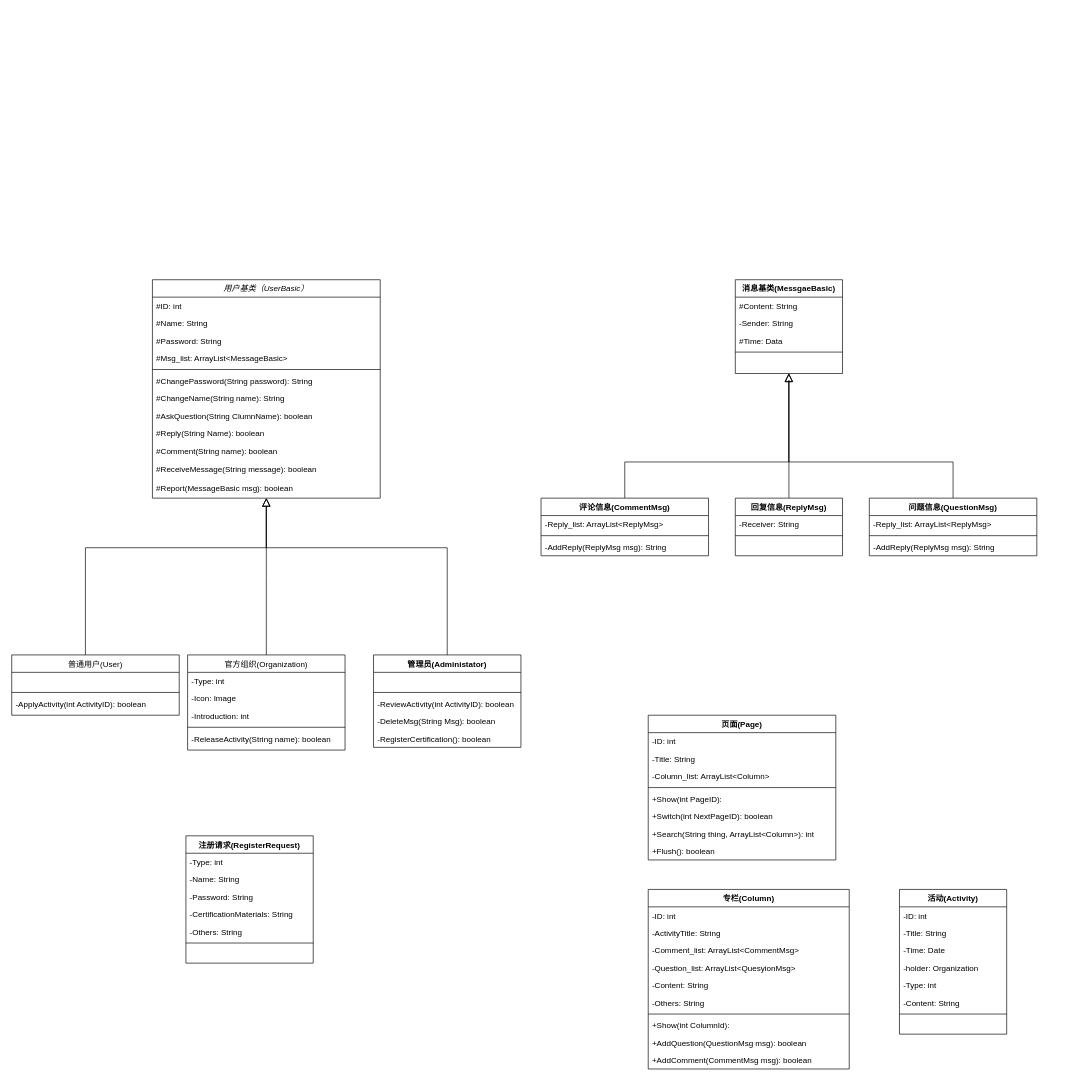
The draw.io diagram gradle/Untitled Diagram.drawio in Lap2018/UIWidgetTest, before the edit. Source tidied: cells renumbered, new cells numbered last; positions are measured from the earlier drawing's top-left corner, leaving out a move shared by most shapes. Both pictures are drawn from the tidied source at 67%, with x=0, y=0 at pixel (11, 279).
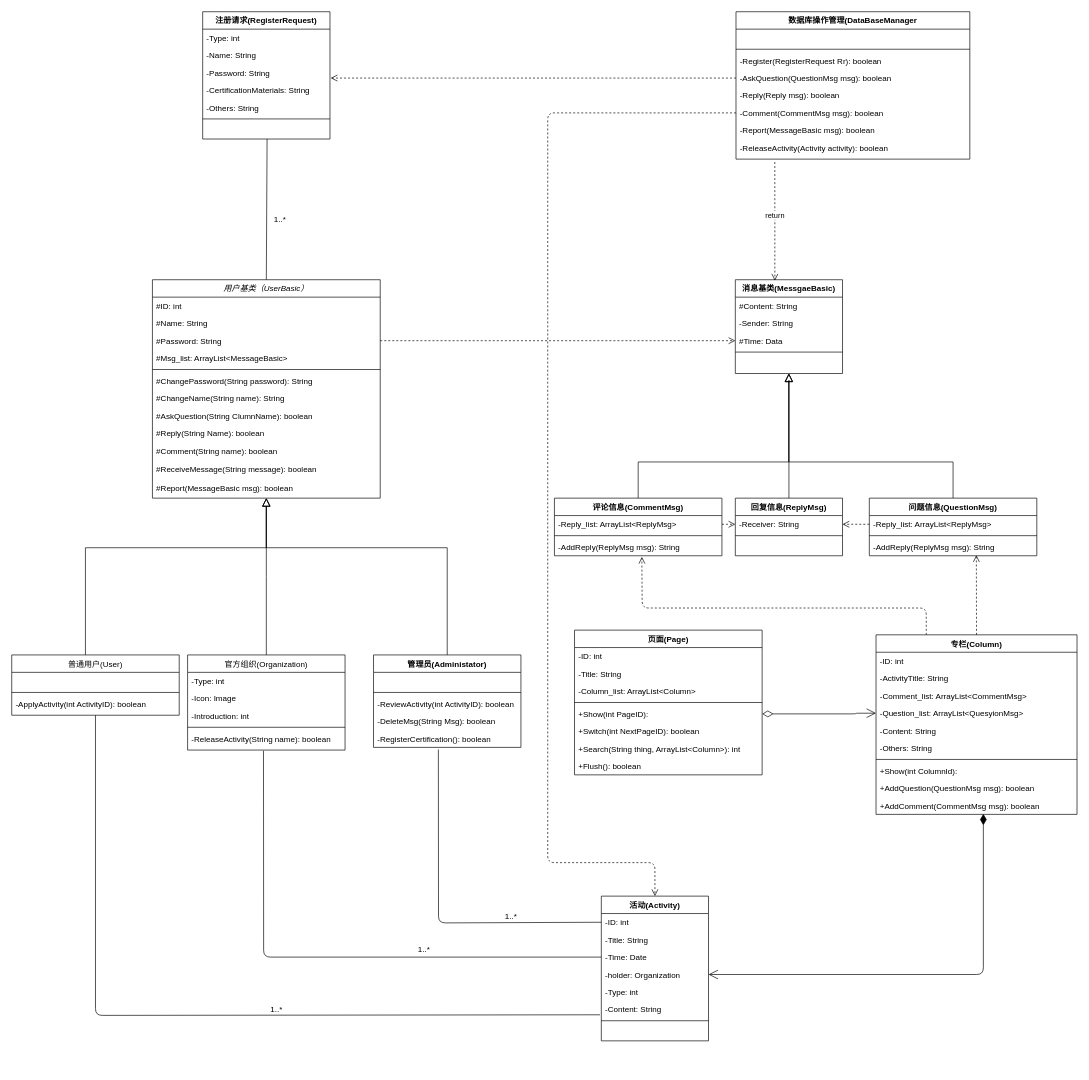
Above is the later version.

Unchanged cells that the change refers to:
```xml
<mxCell id="2" value="用户基类（UserBasic）" style="swimlane;fontStyle=2;align=center;verticalAlign=top;horizontal=1;startSize=26;rounded=0;shadow=0;strokeWidth=1;" parent="1" vertex="1">
  <mxGeometry x="210" width="340" height="326" as="geometry" />
</mxCell>
<mxCell id="5" value="#Password: String&#10;" style="text;align=left;verticalAlign=top;spacingLeft=4;spacingRight=4;overflow=hidden;points=[[0,0.5],[1,0.5]];portConstraint=eastwest;rounded=0;shadow=0;html=0;" parent="2" vertex="1">
  <mxGeometry y="78" width="340" height="26" as="geometry" />
</mxCell>
<mxCell id="15" value="普通用户(User)" style="swimlane;fontStyle=0;align=center;verticalAlign=top;horizontal=1;startSize=26;rounded=0;shadow=0;strokeWidth=1;" parent="1" vertex="1">
  <mxGeometry y="560" width="250" height="90" as="geometry" />
</mxCell>
<mxCell id="25" value="-ReleaseActivity(String name): boolean" style="text;align=left;verticalAlign=top;spacingLeft=4;spacingRight=4;overflow=hidden;points=[[0,0.5],[1,0.5]];portConstraint=eastwest;" parent="20" vertex="1">
  <mxGeometry y="112" width="235" height="30" as="geometry" />
</mxCell>
<mxCell id="33" value="-RegisterCertification(): boolean" style="text;strokeColor=none;fillColor=none;align=left;verticalAlign=top;spacingLeft=4;spacingRight=4;overflow=hidden;points=[[0,0.5],[1,0.5]];portConstraint=eastwest;" parent="28" vertex="1">
  <mxGeometry y="112" width="220" height="26" as="geometry" />
</mxCell>
<mxCell id="34" value="消息基类(MessgaeBasic)" style="swimlane;fontStyle=1;align=center;verticalAlign=top;horizontal=1;startSize=26;" parent="1" vertex="1">
  <mxGeometry x="1080" width="160" height="140" as="geometry" />
</mxCell>
<mxCell id="37" value="#Time: Data" style="text;strokeColor=none;fillColor=none;align=left;verticalAlign=top;spacingLeft=4;spacingRight=4;overflow=hidden;points=[[0,0.5],[1,0.5]];portConstraint=eastwest;" parent="34" vertex="1">
  <mxGeometry y="78" width="160" height="26" as="geometry" />
</mxCell>
<mxCell id="44" value="-Reply_list: ArrayList&lt;ReplyMsg&gt;" style="text;strokeColor=none;fillColor=none;align=left;verticalAlign=top;spacingLeft=4;spacingRight=4;overflow=hidden;points=[[0,0.5],[1,0.5]];portConstraint=eastwest;" parent="43" vertex="1">
  <mxGeometry y="26" width="250" height="26" as="geometry" />
</mxCell>
<mxCell id="46" value="-AddReply(ReplyMsg msg): String" style="text;strokeColor=none;fillColor=none;align=left;verticalAlign=top;spacingLeft=4;spacingRight=4;overflow=hidden;points=[[0,0.5],[1,0.5]];portConstraint=eastwest;" parent="43" vertex="1">
  <mxGeometry y="60" width="250" height="26" as="geometry" />
</mxCell>
<mxCell id="48" value="-Receiver: String&#10;" style="text;strokeColor=none;fillColor=none;align=left;verticalAlign=top;spacingLeft=4;spacingRight=4;overflow=hidden;points=[[0,0.5],[1,0.5]];portConstraint=eastwest;" parent="47" vertex="1">
  <mxGeometry y="26" width="160" height="26" as="geometry" />
</mxCell>
<mxCell id="52" value="-Reply_list: ArrayList&lt;ReplyMsg&gt;" style="text;strokeColor=none;fillColor=none;align=left;verticalAlign=top;spacingLeft=4;spacingRight=4;overflow=hidden;points=[[0,0.5],[1,0.5]];portConstraint=eastwest;" parent="51" vertex="1">
  <mxGeometry y="26" width="250" height="26" as="geometry" />
</mxCell>
<mxCell id="54" value="-AddReply(ReplyMsg msg): String" style="text;strokeColor=none;fillColor=none;align=left;verticalAlign=top;spacingLeft=4;spacingRight=4;overflow=hidden;points=[[0,0.5],[1,0.5]];portConstraint=eastwest;" parent="51" vertex="1">
  <mxGeometry y="60" width="250" height="26" as="geometry" />
</mxCell>
<mxCell id="60" value="+Show(int PageID): " style="text;strokeColor=none;fillColor=none;align=left;verticalAlign=top;spacingLeft=4;spacingRight=4;overflow=hidden;points=[[0,0.5],[1,0.5]];portConstraint=eastwest;" parent="55" vertex="1">
  <mxGeometry y="112" width="280" height="26" as="geometry" />
</mxCell>
<mxCell id="68" value="-Question_list: ArrayList&lt;QuesyionMsg&gt;" style="text;strokeColor=none;fillColor=none;align=left;verticalAlign=top;spacingLeft=4;spacingRight=4;overflow=hidden;points=[[0,0.5],[1,0.5]];portConstraint=eastwest;" parent="64" vertex="1">
  <mxGeometry y="104" width="300" height="26" as="geometry" />
</mxCell>
<mxCell id="74" value="+AddComment(CommentMsg msg): boolean" style="text;strokeColor=none;fillColor=none;align=left;verticalAlign=top;spacingLeft=4;spacingRight=4;overflow=hidden;points=[[0,0.5],[1,0.5]];portConstraint=eastwest;" parent="64" vertex="1">
  <mxGeometry y="242" width="300" height="26" as="geometry" />
</mxCell>
<mxCell id="76" value="-ID: int" style="text;strokeColor=none;fillColor=none;align=left;verticalAlign=top;spacingLeft=4;spacingRight=4;overflow=hidden;points=[[0,0.5],[1,0.5]];portConstraint=eastwest;" parent="75" vertex="1">
  <mxGeometry y="26" width="160" height="26" as="geometry" />
</mxCell>
<mxCell id="78" value="-Time: Date" style="text;strokeColor=none;fillColor=none;align=left;verticalAlign=top;spacingLeft=4;spacingRight=4;overflow=hidden;points=[[0,0.5],[1,0.5]];portConstraint=eastwest;" parent="75" vertex="1">
  <mxGeometry y="78" width="160" height="26" as="geometry" />
</mxCell>
<mxCell id="79" value="-holder: Organization" style="text;strokeColor=none;fillColor=none;align=left;verticalAlign=top;spacingLeft=4;spacingRight=4;overflow=hidden;points=[[0,0.5],[1,0.5]];portConstraint=eastwest;" parent="75" vertex="1">
  <mxGeometry y="104" width="160" height="26" as="geometry" />
</mxCell>
<mxCell id="81" value="-Content: String" style="text;strokeColor=none;fillColor=none;align=left;verticalAlign=top;spacingLeft=4;spacingRight=4;overflow=hidden;points=[[0,0.5],[1,0.5]];portConstraint=eastwest;" parent="75" vertex="1">
  <mxGeometry y="156" width="160" height="26" as="geometry" />
</mxCell>
<mxCell id="91" value=" " style="text;strokeColor=none;fillColor=none;align=left;verticalAlign=top;spacingLeft=4;spacingRight=4;overflow=hidden;points=[[0,0.5],[1,0.5]];portConstraint=eastwest;" parent="84" vertex="1">
  <mxGeometry y="164" width="190" height="26" as="geometry" />
</mxCell>
```

The edit, as a diff of the source:
```diff
@@
     <mxCell id="43" value="评论信息(CommentMsg)" style="swimlane;fontStyle=1;align=center;verticalAlign=top;horizontal=1;startSize=26;" parent="1" vertex="1">
-      <mxGeometry x="790" y="326" width="250" height="86" as="geometry" />
+      <mxGeometry x="810" y="326" width="250" height="86" as="geometry" />
     </mxCell>
@@
     <mxCell id="55" value="页面(Page)" style="swimlane;fontStyle=1;align=center;verticalAlign=top;horizontal=1;startSize=26;" parent="1" vertex="1">
-      <mxGeometry x="950" y="650" width="280" height="216" as="geometry" />
+      <mxGeometry x="840" y="523" width="280" height="216" as="geometry" />
     </mxCell>
@@
     <mxCell id="64" value="专栏(Column)" style="swimlane;fontStyle=1;align=center;verticalAlign=top;horizontal=1;startSize=26;" parent="1" vertex="1">
-      <mxGeometry x="950" y="910" width="300" height="268" as="geometry" />
+      <mxGeometry x="1290" y="530" width="300" height="268" as="geometry" />
     </mxCell>
@@
     <mxCell id="75" value="活动(Activity)" style="swimlane;fontStyle=1;align=center;verticalAlign=top;horizontal=1;startSize=26;" parent="1" vertex="1">
-      <mxGeometry x="1325" y="910" width="160" height="216" as="geometry" />
+      <mxGeometry x="880" y="920" width="160" height="216" as="geometry" />
     </mxCell>
@@
     <mxCell id="84" value="注册请求(RegisterRequest)" style="swimlane;fontStyle=1;align=center;verticalAlign=top;horizontal=1;startSize=26;" parent="1" vertex="1">
-      <mxGeometry x="260" y="830" width="190" height="190" as="geometry" />
+      <mxGeometry x="285" y="-400" width="190" height="190" as="geometry" />
     </mxCell>
@@
+    <mxCell id="92" style="html=1;verticalAlign=bottom;endArrow=open;dashed=1;endSize=8;exitX=1;exitY=0.5;exitDx=0;exitDy=0;entryX=0;entryY=0.5;entryDx=0;entryDy=0;" parent="1" edge="1" source="5" target="37">
+      <mxGeometry relative="1" as="geometry" />
+    </mxCell>
+    <mxCell id="93" style="html=1;verticalAlign=bottom;endArrow=open;dashed=1;endSize=8;exitX=1;exitY=0.5;exitDx=0;exitDy=0;entryX=0;entryY=0.5;entryDx=0;entryDy=0;" parent="1" edge="1" source="44" target="48">
+      <mxGeometry relative="1" as="geometry" />
+    </mxCell>
+    <mxCell id="94" style="html=1;verticalAlign=bottom;endArrow=open;dashed=1;endSize=8;exitX=0;exitY=0.5;exitDx=0;exitDy=0;entryX=1;entryY=0.5;entryDx=0;entryDy=0;" parent="1" edge="1" source="52" target="48">
+      <mxGeometry relative="1" as="geometry" />
+    </mxCell>
+    <mxCell id="95" style="endArrow=none;html=1;exitX=0.5;exitY=0;exitDx=0;exitDy=0;entryX=0.506;entryY=0.997;entryDx=0;entryDy=0;entryPerimeter=0;" parent="1" edge="1" source="2" target="91">
+      <mxGeometry relative="1" as="geometry" />
+    </mxCell>
+    <mxCell id="96" value="1..*" style="text;html=1;align=center;verticalAlign=middle;fillColor=none;strokeColor=none;rounded=0;" parent="1" vertex="1">
+      <mxGeometry x="385" y="-100" width="30" height="20" as="geometry" />
+    </mxCell>
+    <mxCell id="97" style="endArrow=open;html=1;endSize=12;startArrow=diamondThin;startSize=14;startFill=0;edgeStyle=orthogonalEdgeStyle;align=left;verticalAlign=bottom;exitX=1;exitY=0.5;exitDx=0;exitDy=0;entryX=0;entryY=0.5;entryDx=0;entryDy=0;" parent="1" edge="1" source="60" target="68">
+      <mxGeometry x="-1" y="3" relative="1" as="geometry">
+        <Array as="points">
+          <mxPoint x="1260" y="648" />
+          <mxPoint x="1290" y="647" />
+        </Array>
+      </mxGeometry>
+    </mxCell>
+    <mxCell id="98" style="endArrow=open;html=1;endSize=12;startArrow=diamondThin;startSize=14;startFill=1;edgeStyle=orthogonalEdgeStyle;align=left;verticalAlign=bottom;entryX=1;entryY=0.5;entryDx=0;entryDy=0;exitX=0.534;exitY=0.974;exitDx=0;exitDy=0;exitPerimeter=0;" parent="1" edge="1" source="74" target="79">
+      <mxGeometry x="-1" y="3" relative="1" as="geometry">
+        <Array as="points">
+          <mxPoint x="1450" y="1037" />
+        </Array>
+      </mxGeometry>
+    </mxCell>
+    <mxCell id="99" style="html=1;verticalAlign=bottom;endArrow=open;dashed=1;endSize=8;exitX=0.25;exitY=0;exitDx=0;exitDy=0;entryX=0.522;entryY=1.064;entryDx=0;entryDy=0;entryPerimeter=0;" parent="1" edge="1" source="64" target="46">
+      <mxGeometry relative="1" as="geometry">
+        <Array as="points">
+          <mxPoint x="1365" y="490" />
+          <mxPoint x="941" y="490" />
+        </Array>
+      </mxGeometry>
+    </mxCell>
+    <mxCell id="100" style="html=1;verticalAlign=bottom;endArrow=open;dashed=1;endSize=8;entryX=0.639;entryY=0.968;entryDx=0;entryDy=0;entryPerimeter=0;" parent="1" edge="1" target="54">
+      <mxGeometry relative="1" as="geometry">
+        <mxPoint x="1440" y="530" as="sourcePoint" />
+      </mxGeometry>
+    </mxCell>
+    <mxCell id="101" style="endArrow=none;html=1;entryX=0.482;entryY=1.033;entryDx=0;entryDy=0;entryPerimeter=0;exitX=0;exitY=0.5;exitDx=0;exitDy=0;" parent="1" edge="1" source="78" target="25">
+      <mxGeometry relative="1" as="geometry">
+        <Array as="points">
+          <mxPoint x="376" y="1011" />
+        </Array>
+      </mxGeometry>
+    </mxCell>
+    <mxCell id="102" style="endArrow=none;html=1;entryX=0.5;entryY=1;entryDx=0;entryDy=0;exitX=-0.012;exitY=0.812;exitDx=0;exitDy=0;exitPerimeter=0;" parent="1" edge="1" source="81" target="15">
+      <mxGeometry relative="1" as="geometry">
+        <Array as="points">
+          <mxPoint x="125" y="1098" />
+        </Array>
+      </mxGeometry>
+    </mxCell>
+    <mxCell id="103" value="1..*" style="text;html=1;align=center;verticalAlign=middle;fillColor=none;strokeColor=none;rounded=0;" parent="1" vertex="1">
+      <mxGeometry x="600" y="990" width="30" height="20" as="geometry" />
+    </mxCell>
+    <mxCell id="104" value="1..*" style="text;html=1;align=center;verticalAlign=middle;fillColor=none;strokeColor=none;rounded=0;" parent="1" vertex="1">
+      <mxGeometry x="380" y="1080" width="30" height="20" as="geometry" />
+    </mxCell>
+    <mxCell id="105" style="endArrow=none;html=1;exitX=0;exitY=0.5;exitDx=0;exitDy=0;entryX=0.44;entryY=1.121;entryDx=0;entryDy=0;entryPerimeter=0;" parent="1" edge="1" source="76" target="33">
+      <mxGeometry relative="1" as="geometry">
+        <Array as="points">
+          <mxPoint x="637" y="960" />
+        </Array>
+      </mxGeometry>
+    </mxCell>
+    <mxCell id="106" value="1..*" style="text;html=1;align=center;verticalAlign=middle;fillColor=none;strokeColor=none;rounded=0;" parent="1" vertex="1">
+      <mxGeometry x="730" y="940" width="30" height="20" as="geometry" />
+    </mxCell>
+    <mxCell id="107" value="数据库操作管理(DataBaseManager" style="swimlane;fontStyle=1;align=center;verticalAlign=top;horizontal=1;startSize=26;" parent="1" vertex="1">
+      <mxGeometry x="1081" y="-400" width="349" height="220" as="geometry" />
+    </mxCell>
+    <mxCell id="108" value=" " style="text;strokeColor=none;fillColor=none;align=left;verticalAlign=top;spacingLeft=4;spacingRight=4;overflow=hidden;" parent="107" vertex="1">
+      <mxGeometry y="26" width="349" height="26" as="geometry" />
+    </mxCell>
+    <mxCell id="109" style="line;strokeWidth=1;fillColor=none;align=left;verticalAlign=middle;spacingTop=-1;spacingLeft=3;spacingRight=3;labelPosition=right;" parent="107" vertex="1">
+      <mxGeometry y="52" width="349" height="8" as="geometry" />
+    </mxCell>
+    <mxCell id="110" value="-Register(RegisterRequest Rr): boolean" style="text;strokeColor=none;fillColor=none;align=left;verticalAlign=top;spacingLeft=4;spacingRight=4;overflow=hidden;" parent="107" vertex="1">
+      <mxGeometry y="60" width="349" height="26" as="geometry" />
+    </mxCell>
+    <mxCell id="111" value="-AskQuestion(QuestionMsg msg): boolean&#10;" style="text;strokeColor=none;fillColor=none;align=left;verticalAlign=top;spacingLeft=4;spacingRight=4;overflow=hidden;points=[[0,0.5],[1,0.5]];portConstraint=eastwest;" parent="107" vertex="1">
+      <mxGeometry y="86" width="349" height="26" as="geometry" />
+    </mxCell>
+    <mxCell id="112" value="-Reply(Reply msg): boolean" style="text;strokeColor=none;fillColor=none;align=left;verticalAlign=top;spacingLeft=4;spacingRight=4;overflow=hidden;" parent="107" vertex="1">
+      <mxGeometry y="112" width="349" height="26" as="geometry" />
+    </mxCell>
+    <mxCell id="113" value="-Comment(CommentMsg msg): boolean&#10;" style="text;strokeColor=none;fillColor=none;align=left;verticalAlign=top;spacingLeft=4;spacingRight=4;overflow=hidden;points=[[0,0.5],[1,0.5]];portConstraint=eastwest;" parent="107" vertex="1">
+      <mxGeometry y="138" width="349" height="26" as="geometry" />
+    </mxCell>
+    <mxCell id="114" value="-Report(MessageBasic msg): boolean&#10;" style="text;strokeColor=none;fillColor=none;align=left;verticalAlign=top;spacingLeft=4;spacingRight=4;overflow=hidden;" parent="107" vertex="1">
+      <mxGeometry y="164" width="349" height="26" as="geometry" />
+    </mxCell>
+    <mxCell id="115" value="-ReleaseActivity(Activity activity): boolean" style="text;align=left;verticalAlign=top;spacingLeft=4;spacingRight=4;overflow=hidden;points=[[0,0.5],[1,0.5]];portConstraint=eastwest;" parent="107" vertex="1">
+      <mxGeometry y="190" width="349" height="30" as="geometry" />
+    </mxCell>
+    <mxCell id="116" style="html=1;verticalAlign=bottom;endArrow=open;dashed=1;endSize=8;exitX=0;exitY=0.5;exitDx=0;exitDy=0;" parent="1" edge="1" source="111">
+      <mxGeometry relative="1" as="geometry">
+        <mxPoint x="476" y="-301" as="targetPoint" />
+      </mxGeometry>
+    </mxCell>
+    <mxCell id="117" value="return" style="html=1;verticalAlign=bottom;endArrow=open;dashed=1;endSize=8;exitX=0.166;exitY=1.143;exitDx=0;exitDy=0;exitPerimeter=0;entryX=0.369;entryY=0.01;entryDx=0;entryDy=0;entryPerimeter=0;" parent="1" edge="1" source="115" target="34">
+      <mxGeometry relative="1" as="geometry" />
+    </mxCell>
+    <mxCell id="118" style="html=1;verticalAlign=bottom;endArrow=open;dashed=1;endSize=8;exitX=0;exitY=0.5;exitDx=0;exitDy=0;entryX=0.5;entryY=0;entryDx=0;entryDy=0;" parent="1" edge="1" source="113" target="75">
+      <mxGeometry x="-0.01" y="10" relative="1" as="geometry">
+        <Array as="points">
+          <mxPoint x="800" y="-249" />
+          <mxPoint x="800" y="870" />
+          <mxPoint x="960" y="870" />
+        </Array>
+      </mxGeometry>
+    </mxCell>
```
